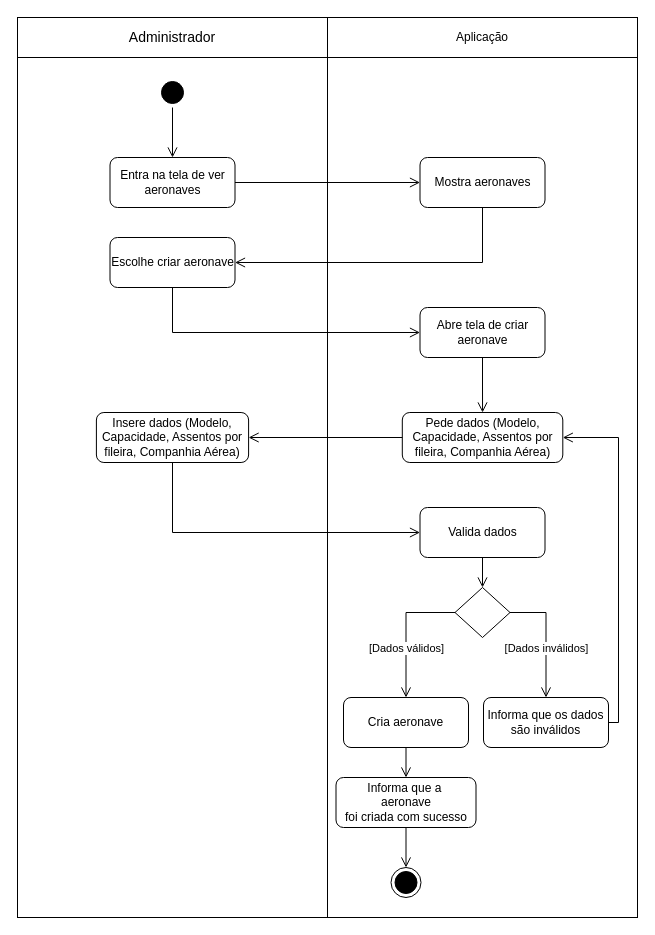
GabrielGMori/trabalho-conclus-o-ano keeps this draw.io diagram as Diagramas/Eng_de_Software/Modelos/Atividade/Create_Aeronave.drawio. Above is the earlier version. Source tidied: cells renumbered, new cells numbered last; positions are measured from the earlier drawing's top-left corner, leaving out a move shared by most shapes. Both pictures are drawn from the tidied source at 100%, with x=0, y=0 at pixel (17, 17).
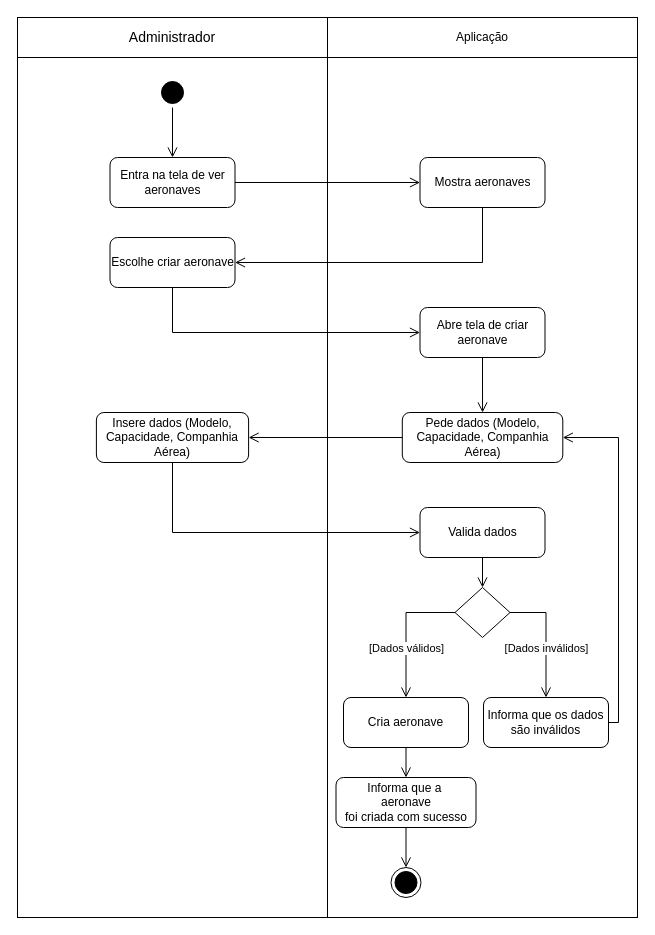
After the change.

Diff of the diagram source:
```diff
@@
-    <mxCell id="9" value="Pede dados (Modelo, Capacidade, Assentos por fileira, Companhia Aérea)" style="rounded=1;whiteSpace=wrap;html=1;" parent="1" vertex="1">
+    <mxCell id="9" value="Pede dados (Modelo, Capacidade, Companhia Aérea)" style="rounded=1;whiteSpace=wrap;html=1;" parent="1" vertex="1">
       <mxGeometry x="384.8" y="395" width="160.5" height="50" as="geometry" />
     </mxCell>
@@
-    <mxCell id="33" value="Insere dados (Modelo, Capacidade, Assentos por fileira, Companhia Aérea)" style="rounded=1;whiteSpace=wrap;html=1;" parent="1" vertex="1">
+    <mxCell id="33" value="Insere dados (Modelo, Capacidade, Companhia Aérea)" style="rounded=1;whiteSpace=wrap;html=1;" parent="1" vertex="1">
       <mxGeometry x="78.9" y="395" width="152.2" height="50" as="geometry" />
     </mxCell>
```
